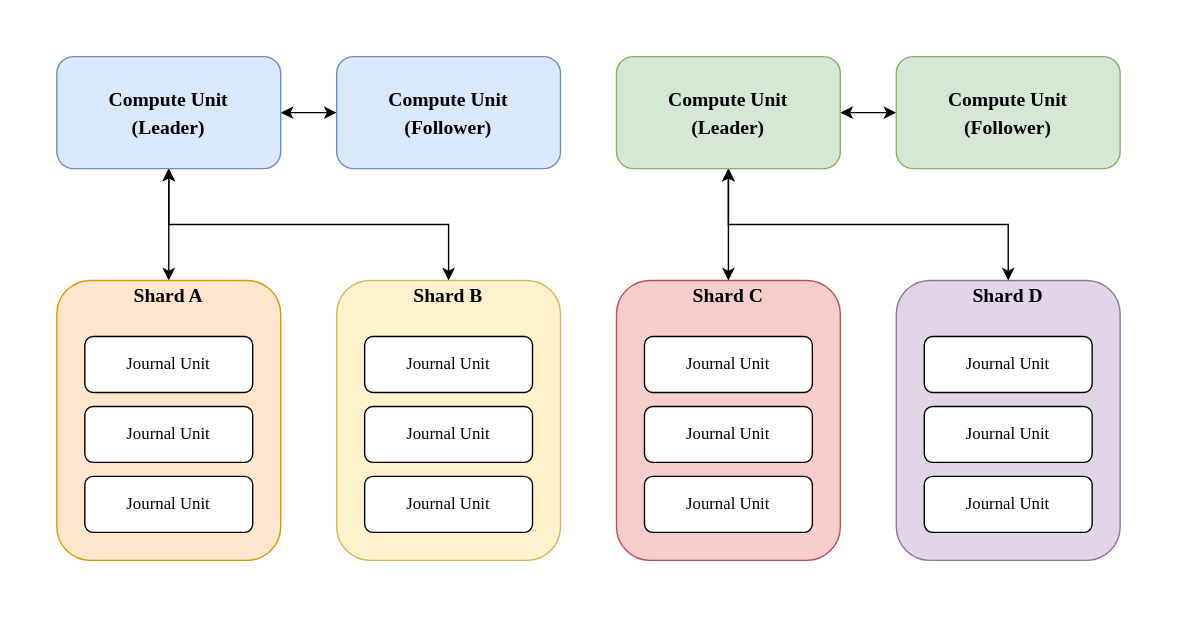
The draw.io diagram docs/images/20210808-journal-architecture.drawio.svg in engula/engula, before a commit. Source tidied: cells renumbered, new cells last; positions are measured from the earlier drawing's top-left corner, leaving out a move shared by most shapes. Its diagram source:
```xml
<mxGraphModel>
  <root>
    <mxCell id="0" />
    <mxCell id="1" parent="0" />
    <mxCell id="2" style="rounded=0;whiteSpace=wrap;html=1;strokeColor=none;" parent="1" vertex="1">
      <mxGeometry width="840" height="440" as="geometry" />
    </mxCell>
    <mxCell id="3" value="&lt;font style=&quot;font-size: 14px&quot;&gt;&lt;b&gt;&lt;font face=&quot;Operator Mono&quot;&gt;Shard D&lt;br&gt;&lt;br&gt;&lt;br&gt;&lt;br&gt;&lt;br&gt;&lt;br&gt;&lt;br&gt;&lt;br&gt;&lt;br&gt;&lt;br&gt;&lt;/font&gt;&lt;br&gt;&lt;/b&gt;&lt;/font&gt;" style="rounded=1;whiteSpace=wrap;html=1;fillColor=#e1d5e7;strokeColor=#9673a6;" parent="1" vertex="1">
      <mxGeometry x="640" y="200" width="160" height="200" as="geometry" />
    </mxCell>
    <mxCell id="4" style="edgeStyle=orthogonalEdgeStyle;rounded=0;jettySize=auto;html=1;fontFamily=Operator Mono;startArrow=classic;startFill=1;" parent="1" edge="1" source="7" target="8">
      <mxGeometry relative="1" as="geometry" />
    </mxCell>
    <mxCell id="5" style="edgeStyle=orthogonalEdgeStyle;rounded=0;jettySize=auto;html=1;startArrow=classic;startFill=1;" parent="1" edge="1" source="7" target="9">
      <mxGeometry relative="1" as="geometry" />
    </mxCell>
    <mxCell id="6" style="edgeStyle=orthogonalEdgeStyle;rounded=0;jettySize=auto;html=1;exitX=0.5;exitY=1;exitDx=0;exitDy=0;entryX=0.5;entryY=0;entryDx=0;entryDy=0;startArrow=classic;startFill=1;" parent="1" edge="1" source="7" target="13">
      <mxGeometry relative="1" as="geometry" />
    </mxCell>
    <mxCell id="7" value="&lt;font style=&quot;font-size: 16px&quot;&gt;&lt;b style=&quot;font-size: 14px&quot;&gt;&lt;font face=&quot;Operator Mono&quot; style=&quot;font-size: 14px&quot;&gt;Compute Unit&lt;br&gt;(Leader)&lt;/font&gt;&lt;br&gt;&lt;/b&gt;&lt;/font&gt;" style="rounded=1;whiteSpace=wrap;html=1;fillColor=#dae8fc;strokeColor=#6c8ebf;" parent="1" vertex="1">
      <mxGeometry x="40" y="40" width="160" height="80" as="geometry" />
    </mxCell>
    <mxCell id="8" value="&lt;font style=&quot;font-size: 16px&quot;&gt;&lt;b style=&quot;font-size: 14px&quot;&gt;&lt;font face=&quot;Operator Mono&quot; style=&quot;font-size: 14px&quot;&gt;Compute Unit&lt;br&gt;(Follower)&lt;/font&gt;&lt;br&gt;&lt;/b&gt;&lt;/font&gt;" style="rounded=1;whiteSpace=wrap;html=1;fillColor=#dae8fc;strokeColor=#6c8ebf;" parent="1" vertex="1">
      <mxGeometry x="240" y="40" width="160" height="80" as="geometry" />
    </mxCell>
    <mxCell id="9" value="&lt;font style=&quot;font-size: 14px&quot;&gt;&lt;b&gt;&lt;font face=&quot;Operator Mono&quot;&gt;&lt;font style=&quot;font-size: 14px&quot;&gt;Shard A&lt;br&gt;&lt;/font&gt;&lt;br&gt;&lt;br&gt;&lt;br&gt;&lt;br&gt;&lt;br&gt;&lt;br&gt;&lt;br&gt;&lt;br&gt;&lt;br&gt;&lt;/font&gt;&lt;br&gt;&lt;/b&gt;&lt;/font&gt;" style="rounded=1;whiteSpace=wrap;html=1;fillColor=#ffe6cc;strokeColor=#d79b00;" parent="1" vertex="1">
      <mxGeometry x="40" y="200" width="160" height="200" as="geometry" />
    </mxCell>
    <mxCell id="10" value="&lt;font&gt;&lt;font face=&quot;Operator Mono&quot; style=&quot;font-size: 12px&quot;&gt;Journal Unit&lt;/font&gt;&lt;br&gt;&lt;/font&gt;" style="rounded=1;whiteSpace=wrap;html=1;" parent="1" vertex="1">
      <mxGeometry x="60" y="240" width="120" height="40" as="geometry" />
    </mxCell>
    <mxCell id="11" value="&lt;font&gt;&lt;font face=&quot;Operator Mono&quot; style=&quot;font-size: 12px&quot;&gt;Journal Unit&lt;/font&gt;&lt;br&gt;&lt;/font&gt;" style="rounded=1;whiteSpace=wrap;html=1;" parent="1" vertex="1">
      <mxGeometry x="60" y="290" width="120" height="40" as="geometry" />
    </mxCell>
    <mxCell id="12" value="&lt;font&gt;&lt;font face=&quot;Operator Mono&quot; style=&quot;font-size: 12px&quot;&gt;Journal Unit&lt;/font&gt;&lt;br&gt;&lt;/font&gt;" style="rounded=1;whiteSpace=wrap;html=1;" parent="1" vertex="1">
      <mxGeometry x="60" y="340" width="120" height="40" as="geometry" />
    </mxCell>
    <mxCell id="13" value="&lt;font style=&quot;font-size: 14px&quot;&gt;&lt;b&gt;&lt;font face=&quot;Operator Mono&quot;&gt;&lt;font style=&quot;font-size: 14px&quot;&gt;Shard B&lt;br&gt;&lt;/font&gt;&lt;br&gt;&lt;br&gt;&lt;br&gt;&lt;br&gt;&lt;br&gt;&lt;br&gt;&lt;br&gt;&lt;br&gt;&lt;br&gt;&lt;/font&gt;&lt;br&gt;&lt;/b&gt;&lt;/font&gt;" style="rounded=1;whiteSpace=wrap;html=1;fillColor=#fff2cc;strokeColor=#d6b656;" parent="1" vertex="1">
      <mxGeometry x="240" y="200" width="160" height="200" as="geometry" />
    </mxCell>
    <mxCell id="14" value="&lt;font&gt;&lt;font face=&quot;Operator Mono&quot; style=&quot;font-size: 12px&quot;&gt;Journal Unit&lt;/font&gt;&lt;br&gt;&lt;/font&gt;" style="rounded=1;whiteSpace=wrap;html=1;" parent="1" vertex="1">
      <mxGeometry x="260" y="240" width="120" height="40" as="geometry" />
    </mxCell>
    <mxCell id="15" value="&lt;font&gt;&lt;font face=&quot;Operator Mono&quot; style=&quot;font-size: 12px&quot;&gt;Journal Unit&lt;/font&gt;&lt;br&gt;&lt;/font&gt;" style="rounded=1;whiteSpace=wrap;html=1;" parent="1" vertex="1">
      <mxGeometry x="260" y="290" width="120" height="40" as="geometry" />
    </mxCell>
    <mxCell id="16" value="&lt;font&gt;&lt;font face=&quot;Operator Mono&quot; style=&quot;font-size: 12px&quot;&gt;Journal Unit&lt;/font&gt;&lt;br&gt;&lt;/font&gt;" style="rounded=1;whiteSpace=wrap;html=1;" parent="1" vertex="1">
      <mxGeometry x="260" y="340" width="120" height="40" as="geometry" />
    </mxCell>
    <mxCell id="17" value="&lt;font style=&quot;font-size: 14px&quot;&gt;&lt;b&gt;&lt;font face=&quot;Operator Mono&quot;&gt;Shard C&lt;br&gt;&lt;br&gt;&lt;br&gt;&lt;br&gt;&lt;br&gt;&lt;br&gt;&lt;br&gt;&lt;br&gt;&lt;br&gt;&lt;br&gt;&lt;/font&gt;&lt;br&gt;&lt;/b&gt;&lt;/font&gt;" style="rounded=1;whiteSpace=wrap;html=1;fillColor=#f8cecc;strokeColor=#b85450;" parent="1" vertex="1">
      <mxGeometry x="440" y="200" width="160" height="200" as="geometry" />
    </mxCell>
    <mxCell id="18" value="&lt;font&gt;&lt;font face=&quot;Operator Mono&quot; style=&quot;font-size: 12px&quot;&gt;Journal Unit&lt;/font&gt;&lt;br&gt;&lt;/font&gt;" style="rounded=1;whiteSpace=wrap;html=1;" parent="1" vertex="1">
      <mxGeometry x="460" y="240" width="120" height="40" as="geometry" />
    </mxCell>
    <mxCell id="19" value="&lt;font&gt;&lt;font face=&quot;Operator Mono&quot; style=&quot;font-size: 12px&quot;&gt;Journal Unit&lt;/font&gt;&lt;br&gt;&lt;/font&gt;" style="rounded=1;whiteSpace=wrap;html=1;" parent="1" vertex="1">
      <mxGeometry x="460" y="290" width="120" height="40" as="geometry" />
    </mxCell>
    <mxCell id="20" value="&lt;font&gt;&lt;font face=&quot;Operator Mono&quot; style=&quot;font-size: 12px&quot;&gt;Journal Unit&lt;/font&gt;&lt;br&gt;&lt;/font&gt;" style="rounded=1;whiteSpace=wrap;html=1;" parent="1" vertex="1">
      <mxGeometry x="460" y="340" width="120" height="40" as="geometry" />
    </mxCell>
    <mxCell id="21" value="&lt;font&gt;&lt;font face=&quot;Operator Mono&quot; style=&quot;font-size: 12px&quot;&gt;Journal Unit&lt;/font&gt;&lt;br&gt;&lt;/font&gt;" style="rounded=1;whiteSpace=wrap;html=1;" parent="1" vertex="1">
      <mxGeometry x="660" y="240" width="120" height="40" as="geometry" />
    </mxCell>
    <mxCell id="22" value="&lt;font&gt;&lt;font face=&quot;Operator Mono&quot; style=&quot;font-size: 12px&quot;&gt;Journal Unit&lt;/font&gt;&lt;br&gt;&lt;/font&gt;" style="rounded=1;whiteSpace=wrap;html=1;" parent="1" vertex="1">
      <mxGeometry x="660" y="290" width="120" height="40" as="geometry" />
    </mxCell>
    <mxCell id="23" value="&lt;font&gt;&lt;font face=&quot;Operator Mono&quot; style=&quot;font-size: 12px&quot;&gt;Journal Unit&lt;/font&gt;&lt;br&gt;&lt;/font&gt;" style="rounded=1;whiteSpace=wrap;html=1;" parent="1" vertex="1">
      <mxGeometry x="660" y="340" width="120" height="40" as="geometry" />
    </mxCell>
    <mxCell id="24" style="edgeStyle=orthogonalEdgeStyle;rounded=0;jettySize=auto;html=1;fontFamily=Operator Mono;startArrow=classic;startFill=1;" parent="1" edge="1" source="27" target="28">
      <mxGeometry relative="1" as="geometry" />
    </mxCell>
    <mxCell id="25" style="edgeStyle=orthogonalEdgeStyle;rounded=0;jettySize=auto;html=1;startArrow=classic;startFill=1;" parent="1" edge="1" source="27" target="17">
      <mxGeometry relative="1" as="geometry" />
    </mxCell>
    <mxCell id="26" style="edgeStyle=orthogonalEdgeStyle;rounded=0;jettySize=auto;html=1;exitX=0.5;exitY=1;exitDx=0;exitDy=0;startArrow=classic;startFill=1;" parent="1" edge="1" source="27">
      <mxGeometry relative="1" as="geometry">
        <mxPoint x="720" y="200" as="targetPoint" />
      </mxGeometry>
    </mxCell>
    <mxCell id="27" value="&lt;font style=&quot;font-size: 16px&quot;&gt;&lt;b style=&quot;font-size: 14px&quot;&gt;&lt;font face=&quot;Operator Mono&quot; style=&quot;font-size: 14px&quot;&gt;Compute Unit&lt;br&gt;(Leader)&lt;/font&gt;&lt;br&gt;&lt;/b&gt;&lt;/font&gt;" style="rounded=1;whiteSpace=wrap;html=1;fillColor=#d5e8d4;strokeColor=#82b366;" parent="1" vertex="1">
      <mxGeometry x="440" y="40" width="160" height="80" as="geometry" />
    </mxCell>
    <mxCell id="28" value="&lt;font style=&quot;font-size: 16px&quot;&gt;&lt;b style=&quot;font-size: 14px&quot;&gt;&lt;font face=&quot;Operator Mono&quot; style=&quot;font-size: 14px&quot;&gt;Compute Unit&lt;br&gt;(Follower)&lt;/font&gt;&lt;br&gt;&lt;/b&gt;&lt;/font&gt;" style="rounded=1;whiteSpace=wrap;html=1;fillColor=#d5e8d4;strokeColor=#82b366;" parent="1" vertex="1">
      <mxGeometry x="640" y="40" width="160" height="80" as="geometry" />
    </mxCell>
  </root>
</mxGraphModel>
```
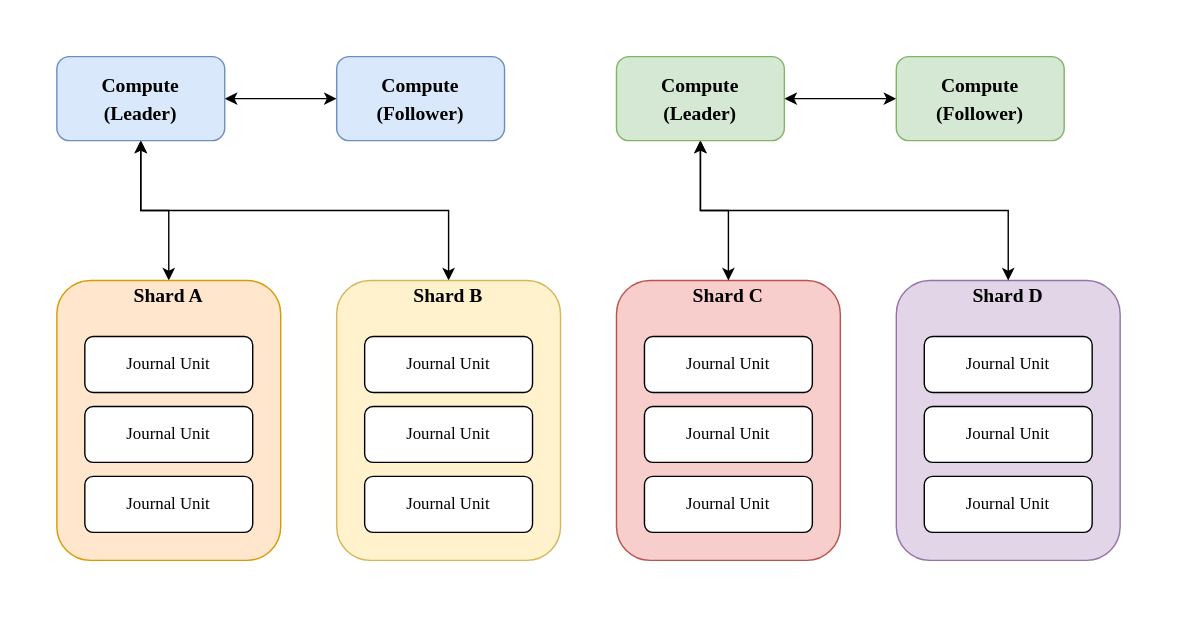
Above is the later version.

Diff of the diagram source:
```diff
@@ -17,11 +17,11 @@
     <mxCell id="6" style="edgeStyle=orthogonalEdgeStyle;rounded=0;jettySize=auto;html=1;exitX=0.5;exitY=1;exitDx=0;exitDy=0;entryX=0.5;entryY=0;entryDx=0;entryDy=0;startArrow=classic;startFill=1;" parent="1" edge="1" source="7" target="13">
       <mxGeometry relative="1" as="geometry" />
     </mxCell>
-    <mxCell id="7" value="&lt;font style=&quot;font-size: 16px&quot;&gt;&lt;b style=&quot;font-size: 14px&quot;&gt;&lt;font face=&quot;Operator Mono&quot; style=&quot;font-size: 14px&quot;&gt;Compute Unit&lt;br&gt;(Leader)&lt;/font&gt;&lt;br&gt;&lt;/b&gt;&lt;/font&gt;" style="rounded=1;whiteSpace=wrap;html=1;fillColor=#dae8fc;strokeColor=#6c8ebf;" parent="1" vertex="1">
-      <mxGeometry x="40" y="40" width="160" height="80" as="geometry" />
+    <mxCell id="7" value="&lt;font style=&quot;font-size: 16px&quot;&gt;&lt;b style=&quot;font-size: 14px&quot;&gt;&lt;font face=&quot;Operator Mono&quot; style=&quot;font-size: 14px&quot;&gt;Compute&lt;br&gt;(Leader)&lt;/font&gt;&lt;br&gt;&lt;/b&gt;&lt;/font&gt;" style="rounded=1;whiteSpace=wrap;html=1;fillColor=#dae8fc;strokeColor=#6c8ebf;" parent="1" vertex="1">
+      <mxGeometry x="40" y="40" width="120" height="60" as="geometry" />
     </mxCell>
-    <mxCell id="8" value="&lt;font style=&quot;font-size: 16px&quot;&gt;&lt;b style=&quot;font-size: 14px&quot;&gt;&lt;font face=&quot;Operator Mono&quot; style=&quot;font-size: 14px&quot;&gt;Compute Unit&lt;br&gt;(Follower)&lt;/font&gt;&lt;br&gt;&lt;/b&gt;&lt;/font&gt;" style="rounded=1;whiteSpace=wrap;html=1;fillColor=#dae8fc;strokeColor=#6c8ebf;" parent="1" vertex="1">
-      <mxGeometry x="240" y="40" width="160" height="80" as="geometry" />
+    <mxCell id="8" value="&lt;font style=&quot;font-size: 16px&quot;&gt;&lt;b style=&quot;font-size: 14px&quot;&gt;&lt;font face=&quot;Operator Mono&quot; style=&quot;font-size: 14px&quot;&gt;Compute&lt;br&gt;(Follower)&lt;/font&gt;&lt;br&gt;&lt;/b&gt;&lt;/font&gt;" style="rounded=1;whiteSpace=wrap;html=1;fillColor=#dae8fc;strokeColor=#6c8ebf;" parent="1" vertex="1">
+      <mxGeometry x="240" y="40" width="120" height="60" as="geometry" />
     </mxCell>
     <mxCell id="9" value="&lt;font style=&quot;font-size: 14px&quot;&gt;&lt;b&gt;&lt;font face=&quot;Operator Mono&quot;&gt;&lt;font style=&quot;font-size: 14px&quot;&gt;Shard A&lt;br&gt;&lt;/font&gt;&lt;br&gt;&lt;br&gt;&lt;br&gt;&lt;br&gt;&lt;br&gt;&lt;br&gt;&lt;br&gt;&lt;br&gt;&lt;br&gt;&lt;/font&gt;&lt;br&gt;&lt;/b&gt;&lt;/font&gt;" style="rounded=1;whiteSpace=wrap;html=1;fillColor=#ffe6cc;strokeColor=#d79b00;" parent="1" vertex="1">
       <mxGeometry x="40" y="200" width="160" height="200" as="geometry" />
@@ -79,11 +79,11 @@
         <mxPoint x="720" y="200" as="targetPoint" />
       </mxGeometry>
     </mxCell>
-    <mxCell id="27" value="&lt;font style=&quot;font-size: 16px&quot;&gt;&lt;b style=&quot;font-size: 14px&quot;&gt;&lt;font face=&quot;Operator Mono&quot; style=&quot;font-size: 14px&quot;&gt;Compute Unit&lt;br&gt;(Leader)&lt;/font&gt;&lt;br&gt;&lt;/b&gt;&lt;/font&gt;" style="rounded=1;whiteSpace=wrap;html=1;fillColor=#d5e8d4;strokeColor=#82b366;" parent="1" vertex="1">
-      <mxGeometry x="440" y="40" width="160" height="80" as="geometry" />
+    <mxCell id="27" value="&lt;font style=&quot;font-size: 16px&quot;&gt;&lt;b style=&quot;font-size: 14px&quot;&gt;&lt;font face=&quot;Operator Mono&quot; style=&quot;font-size: 14px&quot;&gt;Compute&lt;br&gt;(Leader)&lt;/font&gt;&lt;br&gt;&lt;/b&gt;&lt;/font&gt;" style="rounded=1;whiteSpace=wrap;html=1;fillColor=#d5e8d4;strokeColor=#82b366;" parent="1" vertex="1">
+      <mxGeometry x="440" y="40" width="120" height="60" as="geometry" />
     </mxCell>
-    <mxCell id="28" value="&lt;font style=&quot;font-size: 16px&quot;&gt;&lt;b style=&quot;font-size: 14px&quot;&gt;&lt;font face=&quot;Operator Mono&quot; style=&quot;font-size: 14px&quot;&gt;Compute Unit&lt;br&gt;(Follower)&lt;/font&gt;&lt;br&gt;&lt;/b&gt;&lt;/font&gt;" style="rounded=1;whiteSpace=wrap;html=1;fillColor=#d5e8d4;strokeColor=#82b366;" parent="1" vertex="1">
-      <mxGeometry x="640" y="40" width="160" height="80" as="geometry" />
+    <mxCell id="28" value="&lt;font style=&quot;font-size: 16px&quot;&gt;&lt;b style=&quot;font-size: 14px&quot;&gt;&lt;font face=&quot;Operator Mono&quot; style=&quot;font-size: 14px&quot;&gt;Compute&lt;br&gt;(Follower)&lt;/font&gt;&lt;br&gt;&lt;/b&gt;&lt;/font&gt;" style="rounded=1;whiteSpace=wrap;html=1;fillColor=#d5e8d4;strokeColor=#82b366;" parent="1" vertex="1">
+      <mxGeometry x="640" y="40" width="120" height="60" as="geometry" />
     </mxCell>
   </root>
 </mxGraphModel>
```
